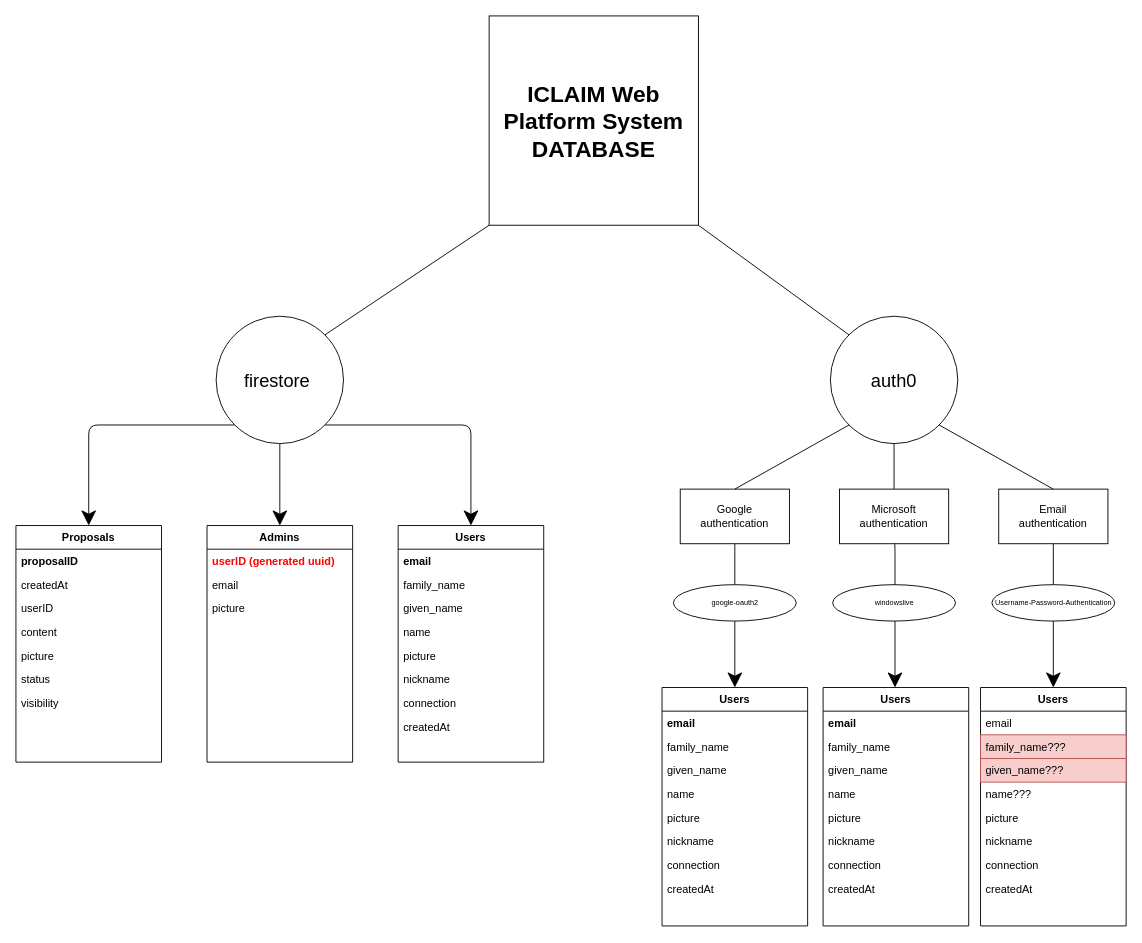
This is iCLAIM DB.drawio from AGEORGIOU4/Social-Mediators-Network, a draw.io file, before an edit. Source tidied: cells renumbered, new cells numbered last; positions are measured from the earlier drawing's top-left corner, leaving out a move shared by most shapes. Both pictures are drawn from the tidied source at 91%, with x=0, y=0 at pixel (15, 15).
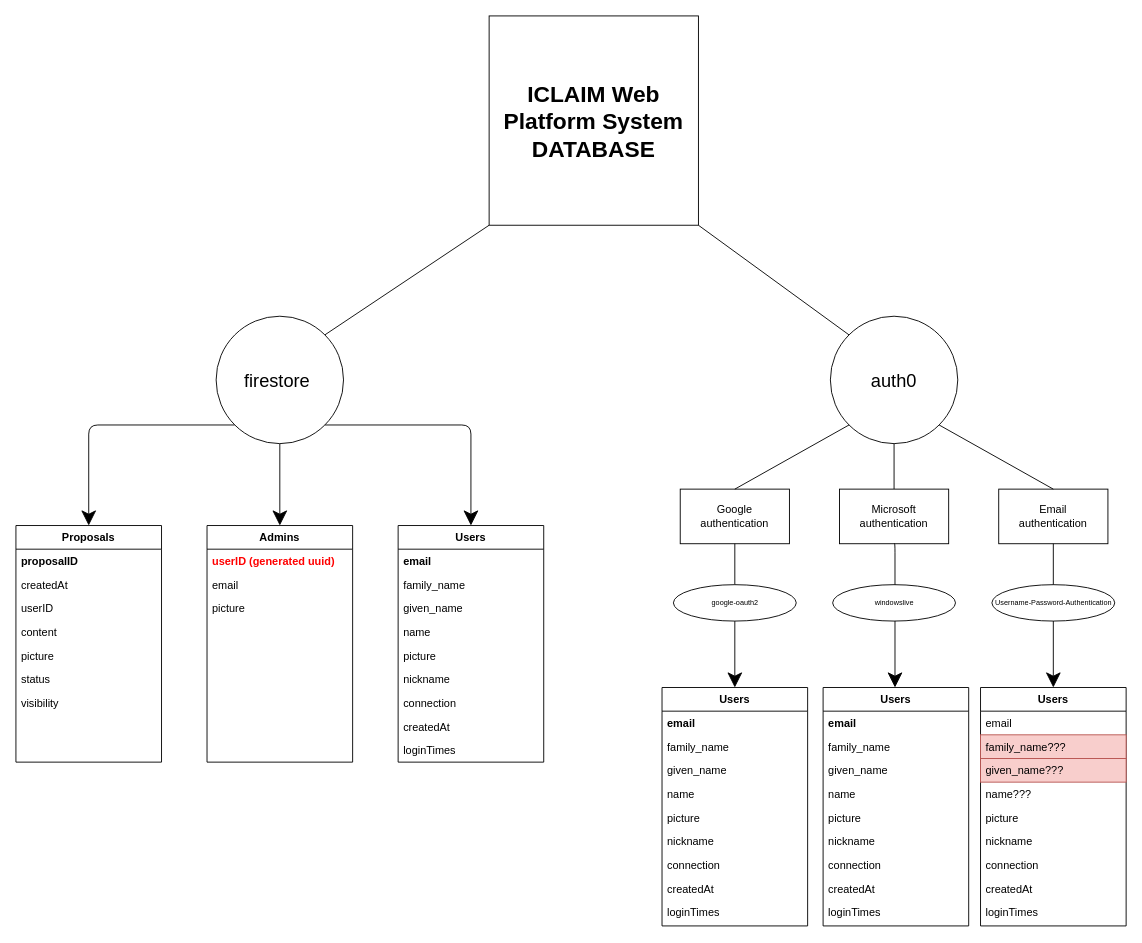
After the change.

Unchanged cells that the change refers to:
```xml
<mxCell id="4" value="Users" style="swimlane;fontStyle=1;align=center;verticalAlign=top;horizontal=1;startSize=26;rounded=0;shadow=0;strokeWidth=1;" parent="1" vertex="1">
  <mxGeometry x="710" y="738" width="160" height="262" as="geometry" />
</mxCell>
<mxCell id="34" value="Users" style="swimlane;fontStyle=1;align=center;verticalAlign=top;horizontal=1;startSize=26;rounded=0;shadow=0;strokeWidth=1;" parent="1" vertex="1">
  <mxGeometry x="1060" y="738" width="160" height="262" as="geometry" />
</mxCell>
<mxCell id="47" value="Users" style="swimlane;fontStyle=1;align=center;verticalAlign=top;horizontal=1;startSize=26;rounded=0;shadow=0;strokeWidth=1;" parent="1" vertex="1">
  <mxGeometry x="887" y="738" width="160" height="262" as="geometry" />
</mxCell>
<mxCell id="56" value="Users" style="swimlane;fontStyle=1;align=center;verticalAlign=top;horizontal=1;startSize=26;rounded=0;shadow=0;strokeWidth=1;" parent="1" vertex="1">
  <mxGeometry x="420" y="560" width="160" height="260" as="geometry" />
</mxCell>
```

Change to the diagram source:
```diff
@@
+    <mxCell id="77" value="loginTimes" style="text;align=left;verticalAlign=top;spacingLeft=4;spacingRight=4;overflow=hidden;rounded=0;shadow=0;html=0;" parent="4" vertex="1">
+      <mxGeometry y="234" width="160" height="26" as="geometry" />
+    </mxCell>
@@
+    <mxCell id="78" value="loginTimes" style="text;align=left;verticalAlign=top;spacingLeft=4;spacingRight=4;overflow=hidden;rounded=0;shadow=0;html=0;" parent="34" vertex="1">
+      <mxGeometry y="234" width="160" height="26" as="geometry" />
+    </mxCell>
@@
+    <mxCell id="79" value="loginTimes" style="text;align=left;verticalAlign=top;spacingLeft=4;spacingRight=4;overflow=hidden;rounded=0;shadow=0;html=0;" parent="47" vertex="1">
+      <mxGeometry y="234" width="160" height="26" as="geometry" />
+    </mxCell>
@@
+    <mxCell id="80" value="loginTimes" style="text;align=left;verticalAlign=top;spacingLeft=4;spacingRight=4;overflow=hidden;rounded=0;shadow=0;html=0;" parent="56" vertex="1">
+      <mxGeometry y="234" width="160" height="26" as="geometry" />
+    </mxCell>
```
